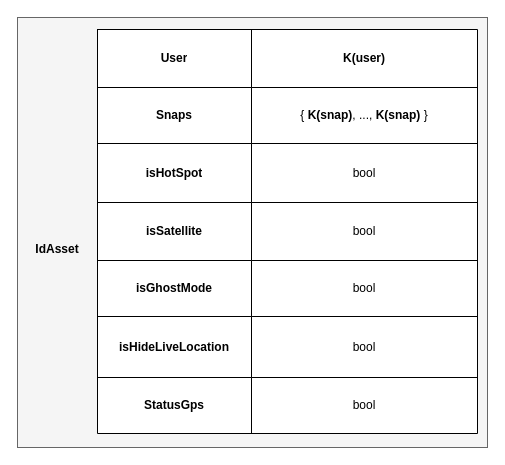
Above: NoAM/collection-map.drawio in Antonet99/noSQL-Snapchat (draw.io), before the change. Source tidied: cells renumbered, new cells numbered last; positions are measured from the earlier drawing's top-left corner, leaving out a move shared by most shapes. Both pictures are drawn from the tidied source at 100%, with x=0, y=0 at pixel (17, 17).
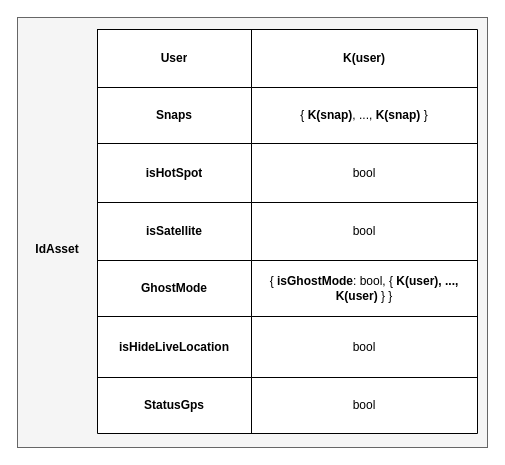
The same page after the edit.

The change refers to these unchanged cells:
```xml
<mxCell id="17" style="shape=tableRow;horizontal=0;startSize=0;swimlaneHead=0;swimlaneBody=0;strokeColor=inherit;top=0;left=0;bottom=0;right=0;fillColor=none;" parent="4" vertex="1">
  <mxGeometry y="231" width="380" height="56" as="geometry" />
</mxCell>
```

What changed in the source:
```diff
@@
-    <mxCell id="18" value="&lt;b&gt;isGhostMode&lt;/b&gt;" style="shape=partialRectangle;html=1;whiteSpace=wrap;strokeColor=inherit;overflow=hidden;fillColor=none;top=0;left=0;bottom=0;right=0;" parent="17" vertex="1">
+    <mxCell id="18" value="&lt;b&gt;GhostMode&lt;/b&gt;" style="shape=partialRectangle;html=1;whiteSpace=wrap;strokeColor=inherit;overflow=hidden;fillColor=none;top=0;left=0;bottom=0;right=0;" parent="17" vertex="1">
       <mxGeometry width="154" height="56" as="geometry" />
     </mxCell>
-    <mxCell id="19" value="bool" style="shape=partialRectangle;html=1;whiteSpace=wrap;strokeColor=inherit;overflow=hidden;fillColor=none;top=0;left=0;bottom=0;right=0;" parent="17" vertex="1">
+    <mxCell id="19" value="{ &lt;b&gt;isGhostMode&lt;/b&gt;: bool, {&lt;b&gt; K(user), ..., &lt;/b&gt;&lt;b&gt;K(user) &lt;/b&gt;&lt;b&gt; &lt;/b&gt;} }" style="shape=partialRectangle;html=1;whiteSpace=wrap;strokeColor=inherit;overflow=hidden;fillColor=none;top=0;left=0;bottom=0;right=0;" parent="17" vertex="1">
       <mxGeometry x="154" width="226" height="56" as="geometry" />
     </mxCell>
```
